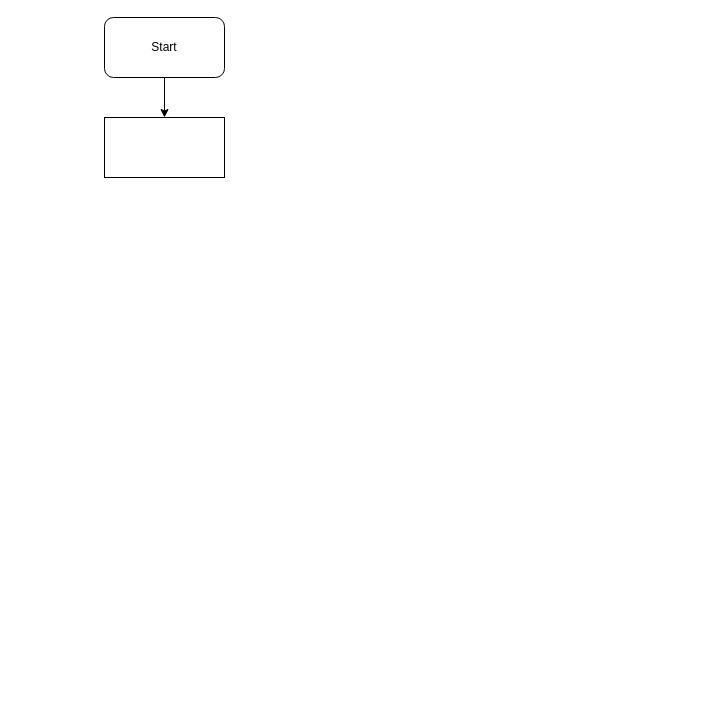
The draw.io diagram Zadanie/algoritm.drawio in gothic83/Control, before the edit. Source tidied: cells renumbered, new cells numbered last; positions are measured from the earlier drawing's top-left corner, leaving out a move shared by most shapes. Both pictures are drawn from the tidied source at 100%, with x=0, y=0 at pixel (104, 17).
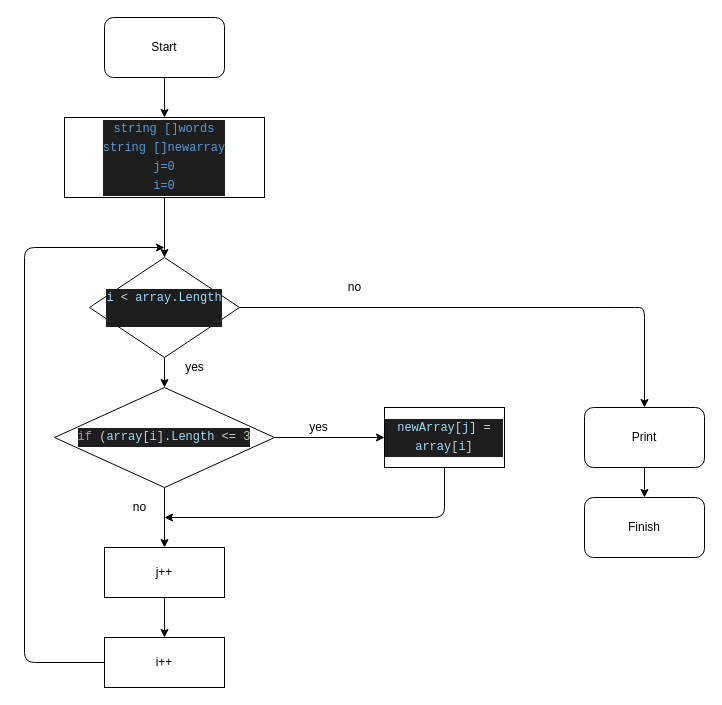
After the change.

Commit message (it also covers changes not shown here):
Додавлена блок схема и решение задачи

The edit, as a diff of the source:
```diff
@@
+    <mxCell id="5" style="edgeStyle=none;html=1;" parent="1" edge="1" source="4">
+      <mxGeometry relative="1" as="geometry">
+        <mxPoint x="60" y="240" as="targetPoint" />
+      </mxGeometry>
+    </mxCell>
-    <mxCell id="4" style="rounded=0;whiteSpace=wrap;html=1;" parent="1" vertex="1">
-      <mxGeometry y="100" width="120" height="60" as="geometry" />
+    <mxCell id="4" value="&lt;div style=&quot;background-color: rgb(30 , 30 , 30) ; font-family: &amp;#34;consolas&amp;#34; , &amp;#34;courier new&amp;#34; , monospace ; line-height: 19px&quot;&gt;&lt;font color=&quot;#569cd6&quot; style=&quot;font-size: 12px&quot;&gt;string []words&lt;/font&gt;&lt;/div&gt;&lt;div style=&quot;background-color: rgb(30 , 30 , 30) ; font-family: &amp;#34;consolas&amp;#34; , &amp;#34;courier new&amp;#34; , monospace ; line-height: 19px&quot;&gt;&lt;font color=&quot;#569cd6&quot; style=&quot;font-size: 12px&quot;&gt;string []newarray&lt;/font&gt;&lt;/div&gt;&lt;div style=&quot;background-color: rgb(30 , 30 , 30) ; font-family: &amp;#34;consolas&amp;#34; , &amp;#34;courier new&amp;#34; , monospace ; line-height: 19px&quot;&gt;&lt;font color=&quot;#569cd6&quot; style=&quot;font-size: 12px&quot;&gt;j=0&lt;/font&gt;&lt;/div&gt;&lt;div style=&quot;background-color: rgb(30 , 30 , 30) ; font-family: &amp;#34;consolas&amp;#34; , &amp;#34;courier new&amp;#34; , monospace ; line-height: 19px&quot;&gt;&lt;font color=&quot;#569cd6&quot; style=&quot;font-size: 12px&quot;&gt;i=0&lt;/font&gt;&lt;/div&gt;" style="rounded=0;whiteSpace=wrap;html=1;" parent="1" vertex="1">
+      <mxGeometry x="-40" y="100" width="200" height="80" as="geometry" />
     </mxCell>
+    <mxCell id="6" style="edgeStyle=none;html=1;" parent="1" edge="1" source="8" target="10">
+      <mxGeometry relative="1" as="geometry" />
+    </mxCell>
+    <mxCell id="7" style="edgeStyle=none;html=1;" parent="1" edge="1" source="8" target="12">
+      <mxGeometry relative="1" as="geometry" />
+    </mxCell>
+    <mxCell id="8" value="&lt;div style=&quot;color: rgb(212 , 212 , 212) ; background-color: rgb(30 , 30 , 30) ; font-family: &amp;#34;consolas&amp;#34; , &amp;#34;courier new&amp;#34; , monospace ; line-height: 19px&quot;&gt;&lt;span style=&quot;color: #c586c0&quot;&gt;if&lt;/span&gt; (&lt;span style=&quot;color: #9cdcfe&quot;&gt;array&lt;/span&gt;[&lt;span style=&quot;color: #9cdcfe&quot;&gt;i&lt;/span&gt;].&lt;span style=&quot;color: #9cdcfe&quot;&gt;Length&lt;/span&gt; &amp;lt;= &lt;span style=&quot;color: #b5cea8&quot;&gt;3&lt;/span&gt;&lt;/div&gt;" style="rhombus;whiteSpace=wrap;html=1;" parent="1" vertex="1">
+      <mxGeometry x="-50" y="370" width="220" height="100" as="geometry" />
+    </mxCell>
+    <mxCell id="9" style="edgeStyle=none;html=1;fontSize=12;" parent="1" edge="1" source="10">
+      <mxGeometry relative="1" as="geometry">
+        <mxPoint x="60" y="500" as="targetPoint" />
+        <Array as="points">
+          <mxPoint x="340" y="500" />
+        </Array>
+      </mxGeometry>
+    </mxCell>
+    <mxCell id="10" value="&lt;div style=&quot;color: rgb(212 , 212 , 212) ; background-color: rgb(30 , 30 , 30) ; font-family: &amp;#34;consolas&amp;#34; , &amp;#34;courier new&amp;#34; , monospace ; line-height: 19px&quot;&gt;&lt;span style=&quot;color: #9cdcfe&quot;&gt;newArray&lt;/span&gt;[&lt;span style=&quot;color: #9cdcfe&quot;&gt;j&lt;/span&gt;] = &lt;span style=&quot;color: #9cdcfe&quot;&gt;array&lt;/span&gt;[&lt;span style=&quot;color: #9cdcfe&quot;&gt;i&lt;/span&gt;]&lt;/div&gt;" style="whiteSpace=wrap;html=1;" parent="1" vertex="1">
+      <mxGeometry x="280" y="390" width="120" height="60" as="geometry" />
+    </mxCell>
+    <mxCell id="11" style="edgeStyle=none;html=1;fontSize=12;" parent="1" edge="1" source="12" target="20">
+      <mxGeometry relative="1" as="geometry" />
+    </mxCell>
+    <mxCell id="12" value="j++" style="whiteSpace=wrap;html=1;" parent="1" vertex="1">
+      <mxGeometry y="530" width="120" height="50" as="geometry" />
+    </mxCell>
+    <mxCell id="13" value="yes" style="text;html=1;align=center;verticalAlign=middle;strokeColor=none;fillColor=none;" parent="1" vertex="1">
+      <mxGeometry x="199" y="400" width="30" height="20" as="geometry" />
+    </mxCell>
+    <mxCell id="14" value="no" style="text;html=1;align=center;verticalAlign=middle;strokeColor=none;fillColor=none;" parent="1" vertex="1">
+      <mxGeometry x="20" y="480" width="30" height="20" as="geometry" />
+    </mxCell>
+    <mxCell id="15" style="edgeStyle=none;html=1;exitX=0.5;exitY=0;exitDx=0;exitDy=0;fontSize=12;" parent="1" edge="1" source="18">
+      <mxGeometry relative="1" as="geometry">
+        <mxPoint x="60" y="240" as="targetPoint" />
+      </mxGeometry>
+    </mxCell>
+    <mxCell id="16" style="edgeStyle=none;html=1;fontSize=12;" parent="1" edge="1" source="18" target="8">
+      <mxGeometry relative="1" as="geometry" />
+    </mxCell>
+    <mxCell id="17" style="edgeStyle=none;html=1;exitX=1;exitY=0.5;exitDx=0;exitDy=0;fontSize=12;" parent="1" edge="1" source="18">
+      <mxGeometry relative="1" as="geometry">
+        <mxPoint x="540" y="390" as="targetPoint" />
+        <Array as="points">
+          <mxPoint x="520" y="290" />
+          <mxPoint x="540" y="290" />
+        </Array>
+      </mxGeometry>
+    </mxCell>
+    <mxCell id="18" value="&lt;div style=&quot;color: rgb(212 , 212 , 212) ; background-color: rgb(30 , 30 , 30) ; font-family: &amp;#34;consolas&amp;#34; , &amp;#34;courier new&amp;#34; , monospace ; line-height: 19px&quot;&gt;&lt;span style=&quot;color: #9cdcfe&quot;&gt;i&lt;/span&gt; &amp;lt; &lt;span style=&quot;color: #9cdcfe&quot;&gt;array&lt;/span&gt;.&lt;span style=&quot;color: #9cdcfe&quot;&gt;Length&lt;/span&gt;&lt;/div&gt;&lt;div style=&quot;background-color: rgb(30 , 30 , 30) ; font-family: &amp;#34;consolas&amp;#34; , &amp;#34;courier new&amp;#34; , monospace ; line-height: 19px&quot;&gt;&lt;br&gt;&lt;/div&gt;" style="rhombus;whiteSpace=wrap;html=1;fontSize=12;" parent="1" vertex="1">
+      <mxGeometry x="-15" y="240" width="150" height="100" as="geometry" />
+    </mxCell>
+    <mxCell id="19" style="edgeStyle=none;html=1;exitX=0;exitY=0.5;exitDx=0;exitDy=0;fontSize=12;" parent="1" edge="1" source="20">
+      <mxGeometry relative="1" as="geometry">
+        <mxPoint x="60" y="230" as="targetPoint" />
+        <Array as="points">
+          <mxPoint x="-80" y="645" />
+          <mxPoint x="-80" y="230" />
+        </Array>
+      </mxGeometry>
+    </mxCell>
+    <mxCell id="20" value="i++" style="whiteSpace=wrap;html=1;" parent="1" vertex="1">
+      <mxGeometry y="620" width="120" height="50" as="geometry" />
+    </mxCell>
+    <mxCell id="21" style="edgeStyle=none;html=1;fontSize=12;" parent="1" edge="1" source="22" target="25">
+      <mxGeometry relative="1" as="geometry" />
+    </mxCell>
+    <mxCell id="22" value="Print" style="rounded=1;whiteSpace=wrap;html=1;" parent="1" vertex="1">
+      <mxGeometry x="480" y="390" width="120" height="60" as="geometry" />
+    </mxCell>
+    <mxCell id="23" value="yes" style="text;html=1;align=center;verticalAlign=middle;strokeColor=none;fillColor=none;fontSize=12;" parent="1" vertex="1">
+      <mxGeometry x="75" y="340" width="30" height="20" as="geometry" />
+    </mxCell>
+    <mxCell id="24" value="no" style="text;html=1;align=center;verticalAlign=middle;strokeColor=none;fillColor=none;fontSize=12;" parent="1" vertex="1">
+      <mxGeometry x="235" y="260" width="30" height="20" as="geometry" />
+    </mxCell>
+    <mxCell id="25" value="Finish&lt;br&gt;" style="rounded=1;whiteSpace=wrap;html=1;" parent="1" vertex="1">
+      <mxGeometry x="480" y="480" width="120" height="60" as="geometry" />
+    </mxCell>
```
